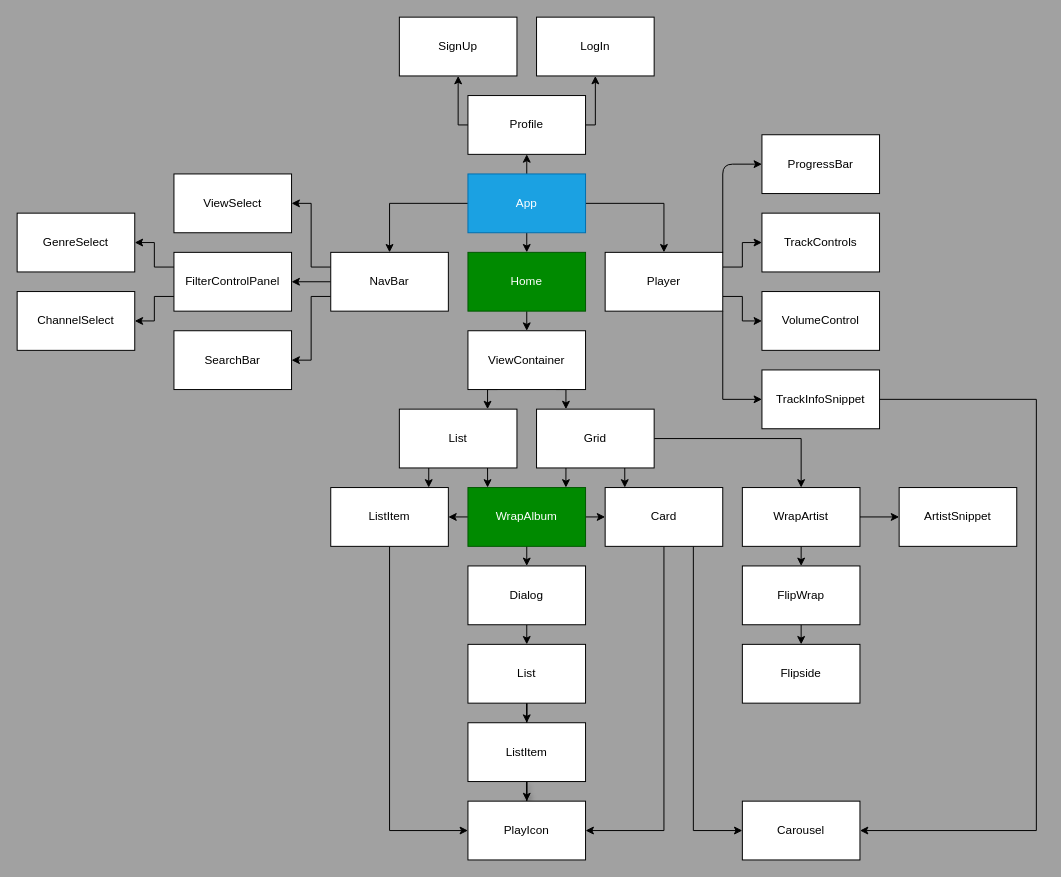
WillChing01/Sky-Music-Project keeps this draw.io diagram as component-tree.drawio. Above is the earlier version. Source tidied: cells renumbered, new cells numbered last; positions are measured from the earlier drawing's top-left corner, leaving out a move shared by most shapes. Both pictures are drawn from the tidied source at 98%, with x=0, y=0 at pixel (17, 17).
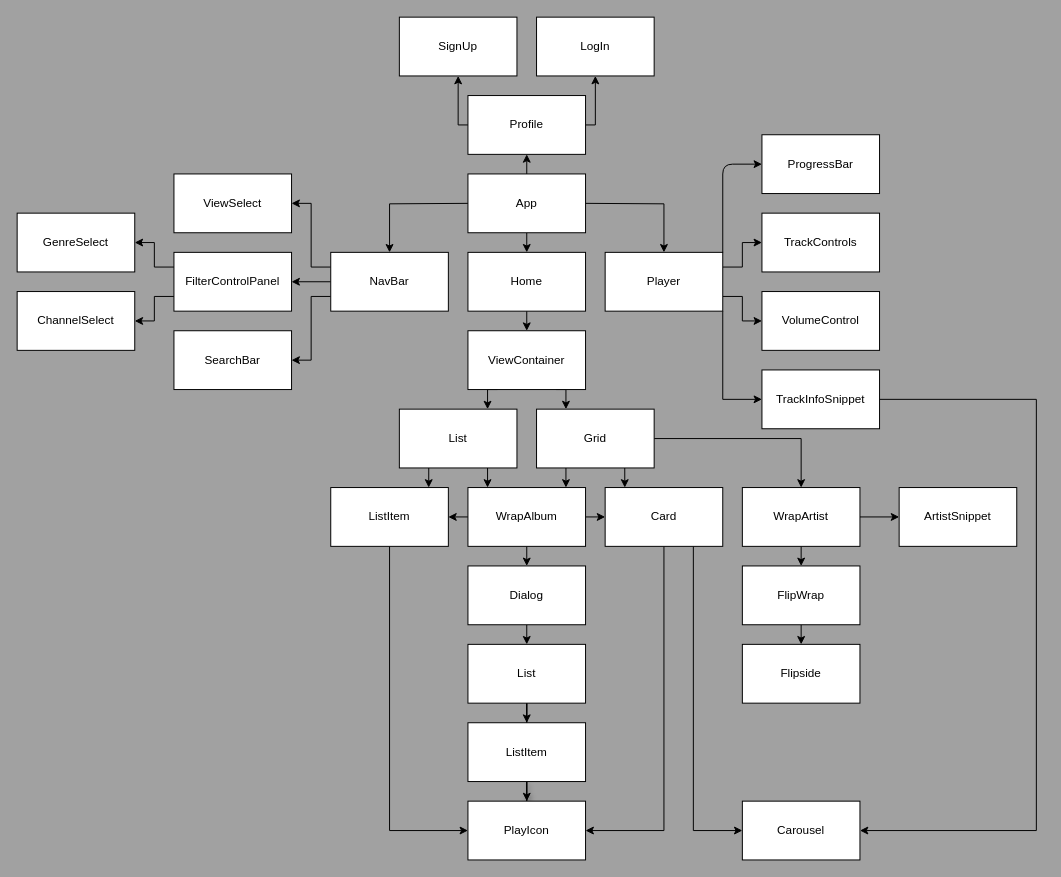
After the change.

The change refers to these unchanged cells:
```xml
<mxCell id="12" value="NavBar" style="rounded=0;whiteSpace=wrap;html=1;" parent="1" vertex="1">
  <mxGeometry x="320" y="240" width="120" height="60" as="geometry" />
</mxCell>
<mxCell id="17" value="Player" style="rounded=0;whiteSpace=wrap;html=1;" parent="1" vertex="1">
  <mxGeometry x="600" y="240" width="120" height="60" as="geometry" />
</mxCell>
<mxCell id="20" value="ViewContainer" style="rounded=0;whiteSpace=wrap;html=1;" parent="1" vertex="1">
  <mxGeometry x="460" y="320" width="120" height="60" as="geometry" />
</mxCell>
<mxCell id="23" value="List" style="rounded=0;whiteSpace=wrap;html=1;" parent="1" vertex="1">
  <mxGeometry x="390" y="400" width="120" height="60" as="geometry" />
</mxCell>
<mxCell id="27" value="Grid" style="rounded=0;whiteSpace=wrap;html=1;" parent="1" vertex="1">
  <mxGeometry x="530" y="400" width="120" height="60" as="geometry" />
</mxCell>
<mxCell id="34" value="Card" style="rounded=0;whiteSpace=wrap;html=1;" parent="1" vertex="1">
  <mxGeometry x="600" y="480" width="120" height="60" as="geometry" />
</mxCell>
<mxCell id="36" value="Dialog" style="rounded=0;whiteSpace=wrap;html=1;" parent="1" vertex="1">
  <mxGeometry x="460" y="560" width="120" height="60" as="geometry" />
</mxCell>
<mxCell id="57" value="Profile" style="rounded=0;whiteSpace=wrap;html=1;" parent="1" vertex="1">
  <mxGeometry x="460" y="80" width="120" height="60" as="geometry" />
</mxCell>
<mxCell id="61" value="ListItem" style="rounded=0;whiteSpace=wrap;html=1;" parent="1" vertex="1">
  <mxGeometry x="320" y="480" width="120" height="60" as="geometry" />
</mxCell>
```

Change to the diagram source:
```diff
@@
-    <mxCell id="2" style="edgeStyle=orthogonalEdgeStyle;rounded=0;jettySize=auto;html=1;exitX=0.5;exitY=1;exitDx=0;exitDy=0;entryX=0.5;entryY=0;entryDx=0;entryDy=0;" parent="1" edge="1" source="6" target="8">
-      <mxGeometry relative="1" as="geometry" />
+    <mxCell id="2" style="edgeStyle=orthogonalEdgeStyle;rounded=0;orthogonalLoop=1;jettySize=auto;html=1;exitX=0.5;exitY=1;exitDx=0;exitDy=0;entryX=0.5;entryY=0;entryDx=0;entryDy=0;" parent="1" edge="1">
+      <mxGeometry relative="1" as="geometry">
+        <mxPoint x="520" y="220" as="sourcePoint" />
+        <mxPoint x="520" y="240" as="targetPoint" />
+      </mxGeometry>
     </mxCell>
-    <mxCell id="3" style="edgeStyle=orthogonalEdgeStyle;rounded=0;jettySize=auto;html=1;exitX=1;exitY=0.5;exitDx=0;exitDy=0;" parent="1" edge="1" source="6" target="17">
-      <mxGeometry relative="1" as="geometry" />
+    <mxCell id="3" style="edgeStyle=orthogonalEdgeStyle;rounded=0;jettySize=auto;html=1;exitX=1;exitY=0.5;exitDx=0;exitDy=0;" parent="1" edge="1" target="17">
+      <mxGeometry relative="1" as="geometry">
+        <mxPoint x="580" y="190" as="sourcePoint" />
+      </mxGeometry>
     </mxCell>
-    <mxCell id="4" style="edgeStyle=orthogonalEdgeStyle;rounded=0;jettySize=auto;html=1;exitX=0;exitY=0.5;exitDx=0;exitDy=0;" parent="1" edge="1" source="6" target="12">
-      <mxGeometry relative="1" as="geometry" />
+    <mxCell id="4" style="edgeStyle=orthogonalEdgeStyle;rounded=0;jettySize=auto;html=1;exitX=0;exitY=0.5;exitDx=0;exitDy=0;" parent="1" edge="1" target="12">
+      <mxGeometry relative="1" as="geometry">
+        <mxPoint x="460" y="190" as="sourcePoint" />
+      </mxGeometry>
     </mxCell>
-    <mxCell id="5" style="edgeStyle=none;html=1;exitX=0.5;exitY=0;exitDx=0;exitDy=0;entryX=0.5;entryY=1;entryDx=0;entryDy=0;" parent="1" edge="1" source="6" target="57">
-      <mxGeometry relative="1" as="geometry" />
+    <mxCell id="5" style="edgeStyle=none;html=1;exitX=0.5;exitY=0;exitDx=0;exitDy=0;entryX=0.5;entryY=1;entryDx=0;entryDy=0;" parent="1" edge="1" target="57">
+      <mxGeometry relative="1" as="geometry">
+        <mxPoint x="520" y="160" as="sourcePoint" />
+      </mxGeometry>
     </mxCell>
-    <mxCell id="6" value="App" style="rounded=0;whiteSpace=wrap;html=1;fillColor=#1ba1e2;fontColor=#ffffff;strokeColor=#006EAF;" parent="1" vertex="1">
-      <mxGeometry x="460" y="160" width="120" height="60" as="geometry" />
-    </mxCell>
-    <mxCell id="7" style="edgeStyle=orthogonalEdgeStyle;rounded=0;jettySize=auto;html=1;exitX=0.5;exitY=1;exitDx=0;exitDy=0;entryX=0.5;entryY=0;entryDx=0;entryDy=0;" parent="1" edge="1" source="8" target="20">
-      <mxGeometry relative="1" as="geometry" />
+    <mxCell id="7" style="edgeStyle=orthogonalEdgeStyle;rounded=0;jettySize=auto;html=1;exitX=0.5;exitY=1;exitDx=0;exitDy=0;entryX=0.5;entryY=0;entryDx=0;entryDy=0;" parent="1" edge="1" target="20">
+      <mxGeometry relative="1" as="geometry">
+        <mxPoint x="520" y="300" as="sourcePoint" />
+      </mxGeometry>
     </mxCell>
-    <mxCell id="8" value="Home" style="rounded=0;whiteSpace=wrap;html=1;fillColor=#008a00;fontColor=#ffffff;strokeColor=#005700;" parent="1" vertex="1">
-      <mxGeometry x="460" y="240" width="120" height="60" as="geometry" />
-    </mxCell>
@@
-    <mxCell id="21" style="edgeStyle=none;rounded=0;html=1;exitX=0.75;exitY=1;exitDx=0;exitDy=0;entryX=0.167;entryY=0;entryDx=0;entryDy=0;entryPerimeter=0;" parent="1" edge="1" source="23" target="31">
-      <mxGeometry relative="1" as="geometry" />
+    <mxCell id="21" style="edgeStyle=none;rounded=0;html=1;exitX=0.75;exitY=1;exitDx=0;exitDy=0;entryX=0.167;entryY=0;entryDx=0;entryDy=0;entryPerimeter=0;" parent="1" edge="1" source="23">
+      <mxGeometry relative="1" as="geometry">
+        <mxPoint x="480" y="480" as="targetPoint" />
+      </mxGeometry>
     </mxCell>
@@
-    <mxCell id="25" style="edgeStyle=none;rounded=0;html=1;exitX=0.25;exitY=1;exitDx=0;exitDy=0;entryX=0.833;entryY=0;entryDx=0;entryDy=0;entryPerimeter=0;" parent="1" edge="1" source="27" target="31">
-      <mxGeometry relative="1" as="geometry" />
+    <mxCell id="25" style="edgeStyle=none;rounded=0;html=1;exitX=0.25;exitY=1;exitDx=0;exitDy=0;entryX=0.833;entryY=0;entryDx=0;entryDy=0;entryPerimeter=0;" parent="1" edge="1" source="27">
+      <mxGeometry relative="1" as="geometry">
+        <mxPoint x="560" y="480" as="targetPoint" />
+      </mxGeometry>
     </mxCell>
@@
-    <mxCell id="28" style="edgeStyle=none;html=1;exitX=0.5;exitY=1;exitDx=0;exitDy=0;entryX=0.5;entryY=0;entryDx=0;entryDy=0;" parent="1" edge="1" source="31" target="36">
-      <mxGeometry relative="1" as="geometry" />
+    <mxCell id="28" style="edgeStyle=none;html=1;exitX=0.5;exitY=1;exitDx=0;exitDy=0;entryX=0.5;entryY=0;entryDx=0;entryDy=0;" parent="1" edge="1" target="36">
+      <mxGeometry relative="1" as="geometry">
+        <mxPoint x="520" y="540" as="sourcePoint" />
+      </mxGeometry>
     </mxCell>
-    <mxCell id="29" style="edgeStyle=none;html=1;exitX=1;exitY=0.5;exitDx=0;exitDy=0;entryX=0;entryY=0.5;entryDx=0;entryDy=0;" parent="1" edge="1" source="31" target="34">
-      <mxGeometry relative="1" as="geometry" />
+    <mxCell id="29" style="edgeStyle=none;html=1;exitX=1;exitY=0.5;exitDx=0;exitDy=0;entryX=0;entryY=0.5;entryDx=0;entryDy=0;" parent="1" edge="1" target="34">
+      <mxGeometry relative="1" as="geometry">
+        <mxPoint x="580" y="510" as="sourcePoint" />
+      </mxGeometry>
     </mxCell>
-    <mxCell id="30" style="edgeStyle=none;html=1;exitX=0;exitY=0.5;exitDx=0;exitDy=0;entryX=1;entryY=0.5;entryDx=0;entryDy=0;" parent="1" edge="1" source="31" target="61">
-      <mxGeometry relative="1" as="geometry" />
+    <mxCell id="30" style="edgeStyle=none;html=1;exitX=0;exitY=0.5;exitDx=0;exitDy=0;entryX=1;entryY=0.5;entryDx=0;entryDy=0;" parent="1" edge="1" target="61">
+      <mxGeometry relative="1" as="geometry">
+        <mxPoint x="460" y="510" as="sourcePoint" />
+      </mxGeometry>
     </mxCell>
-    <mxCell id="31" value="WrapAlbum" style="rounded=0;whiteSpace=wrap;html=1;fillColor=#008a00;fontColor=#ffffff;strokeColor=#005700;" parent="1" vertex="1">
-      <mxGeometry x="460" y="480" width="120" height="60" as="geometry" />
-    </mxCell>
@@
+    <mxCell id="6" value="App" style="rounded=0;whiteSpace=wrap;html=1;" parent="1" vertex="1">
+      <mxGeometry x="460" y="160" width="120" height="60" as="geometry" />
+    </mxCell>
+    <mxCell id="8" value="Home" style="rounded=0;whiteSpace=wrap;html=1;" parent="1" vertex="1">
+      <mxGeometry x="460" y="240" width="120" height="60" as="geometry" />
+    </mxCell>
+    <mxCell id="31" value="WrapAlbum" style="rounded=0;whiteSpace=wrap;html=1;" parent="1" vertex="1">
+      <mxGeometry x="460" y="480" width="120" height="60" as="geometry" />
+    </mxCell>
```
